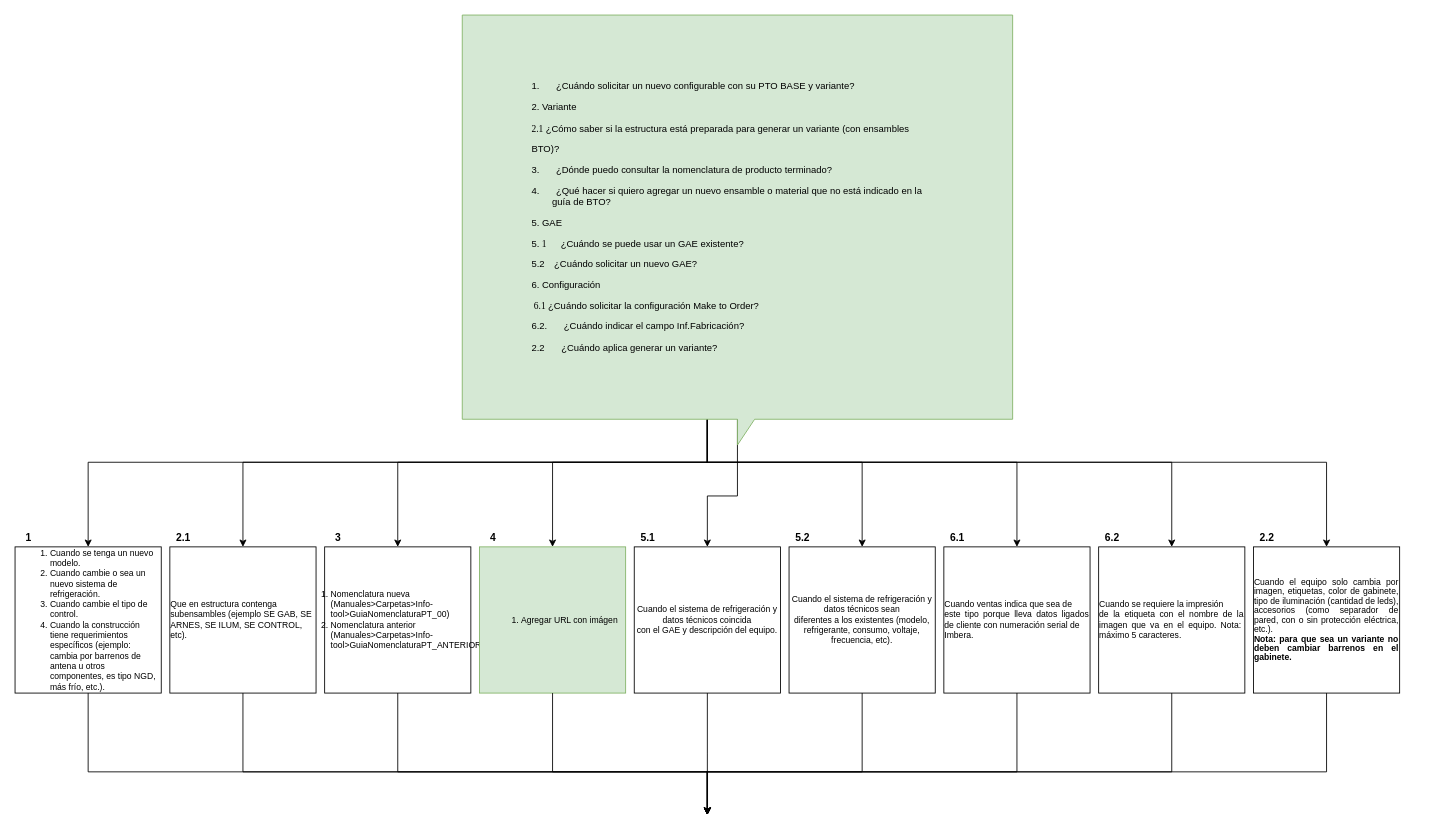
This is page "BOMS" (6 of 11) of Diagramas de conversación.drawio from ALRC1525/FlujoBot, a draw.io file, before an edit. Source tidied: cells renumbered, new cells numbered last; positions are measured from the earlier drawing's top-left corner, leaving out a move shared by most shapes. Both pictures are drawn from the tidied source at 86%, with x=0, y=0 at pixel (15, 15).
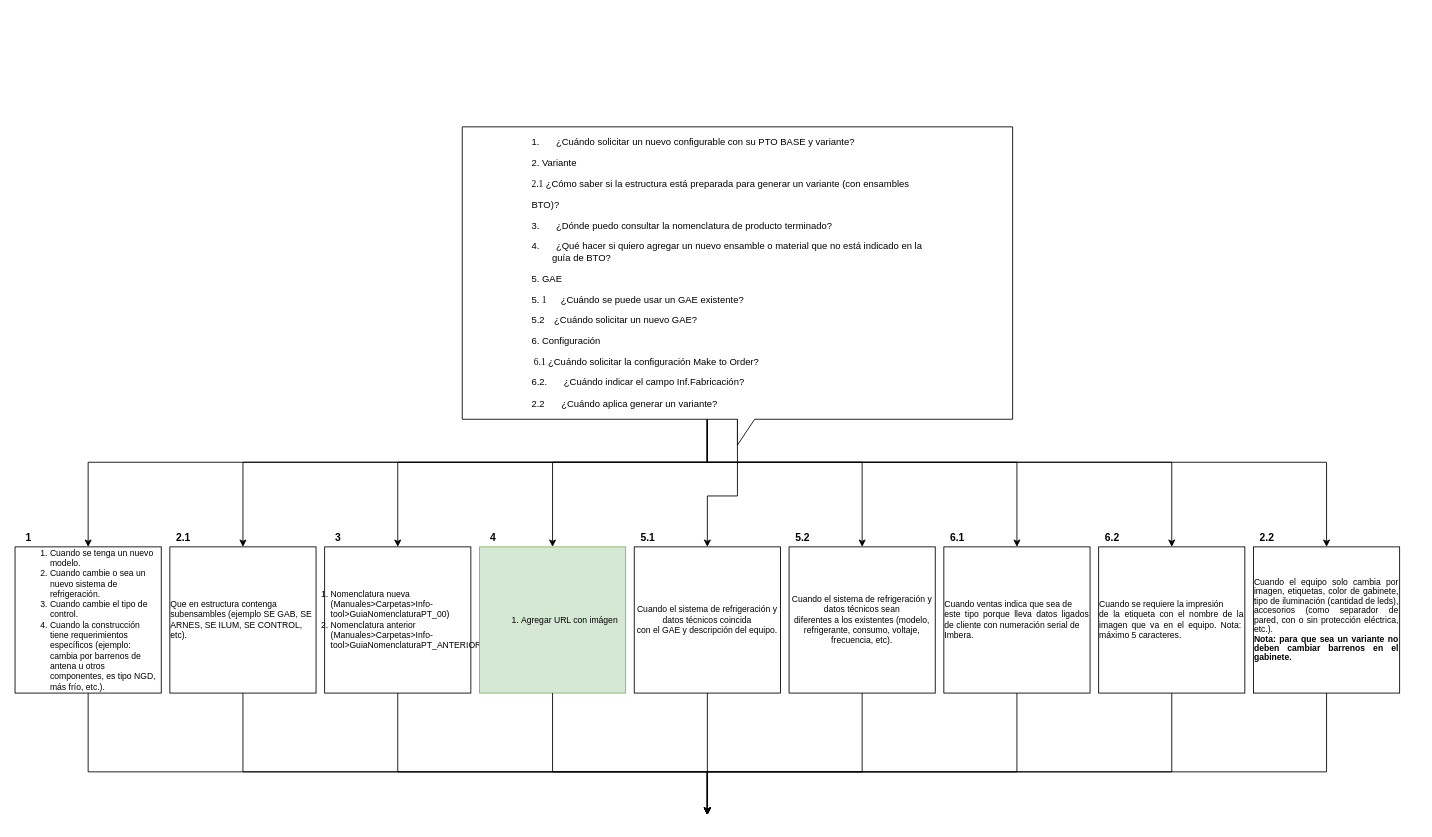
The same page after the edit.

Change to the diagram source:
```diff
@@
-    <mxCell id="11" value="&lt;p class=&quot;MsoListParagraphCxSpFirst&quot; style=&quot;text-align: justify ; text-indent: -18pt ; font-size: 11px&quot;&gt;1.&lt;span style=&quot;font-stretch: normal ; line-height: normal ; font-family: &amp;#34;times new roman&amp;#34;&quot;&gt;&amp;nbsp;&amp;nbsp;&amp;nbsp;&amp;nbsp;&amp;nbsp;&amp;nbsp;&amp;nbsp;&lt;/span&gt;¿Cuándo solicitar un nuevo configurable con su PTO BASE y variante?&lt;/p&gt;&lt;p class=&quot;MsoListParagraphCxSpMiddle&quot; style=&quot;text-align: justify ; text-indent: -18pt ; font-size: 11px&quot;&gt;2. Variante&lt;span style=&quot;font-stretch: normal ; line-height: normal ; font-family: &amp;#34;times new roman&amp;#34;&quot;&gt;&amp;nbsp;&amp;nbsp;&lt;/span&gt;&lt;/p&gt;&lt;p class=&quot;MsoListParagraphCxSpMiddle&quot; style=&quot;text-align: justify ; text-indent: -18pt ; font-size: 11px&quot;&gt;&lt;span style=&quot;text-indent: -18pt&quot;&gt;&lt;font face=&quot;times new roman&quot;&gt;2.1&amp;nbsp;&lt;/font&gt;¿Cómo saber si la estructura está preparada para generar un variante (con ensambles&lt;/span&gt;&lt;/p&gt;&lt;p class=&quot;MsoListParagraphCxSpMiddle&quot; style=&quot;text-align: justify ; text-indent: -18pt ; font-size: 11px&quot;&gt;BTO)?&lt;/p&gt;&lt;p class=&quot;MsoListParagraphCxSpMiddle&quot; style=&quot;text-align: justify ; text-indent: -18pt ; font-size: 11px&quot;&gt;3.&lt;span style=&quot;font-stretch: normal ; line-height: normal ; font-family: &amp;#34;times new roman&amp;#34;&quot;&gt;&amp;nbsp;&amp;nbsp;&amp;nbsp;&amp;nbsp;&amp;nbsp;&amp;nbsp;&amp;nbsp;&lt;/span&gt;¿Dónde puedo consultar la nomenclatura de producto terminado?&lt;/p&gt;&lt;p class=&quot;MsoListParagraphCxSpMiddle&quot; style=&quot;text-align: justify ; text-indent: -18pt ; font-size: 11px&quot;&gt;4.&lt;span style=&quot;font-stretch: normal ; line-height: normal ; font-family: &amp;#34;times new roman&amp;#34;&quot;&gt;&amp;nbsp;&amp;nbsp;&amp;nbsp;&amp;nbsp;&amp;nbsp;&amp;nbsp;&amp;nbsp;&lt;/span&gt;¿Qué hacer si quiero agregar un nuevo ensamble o material que no está indicado en la&lt;br&gt;guía de BTO?&lt;/p&gt;&lt;p class=&quot;MsoListParagraphCxSpMiddle&quot; style=&quot;text-align: justify ; text-indent: -18pt ; font-size: 11px&quot;&gt;5. GAE&lt;/p&gt;&lt;p class=&quot;MsoListParagraphCxSpMiddle&quot; style=&quot;text-align: justify ; text-indent: -18pt ; font-size: 11px&quot;&gt;5.&lt;span style=&quot;font-stretch: normal ; line-height: normal ; font-family: &amp;#34;times new roman&amp;#34;&quot;&gt;&amp;nbsp;1&amp;nbsp; &amp;nbsp; &amp;nbsp;&amp;nbsp;&lt;/span&gt;¿Cuándo se puede usar un GAE existente?&lt;/p&gt;&lt;p class=&quot;MsoListParagraphCxSpMiddle&quot; style=&quot;text-align: justify ; text-indent: -18pt ; font-size: 11px&quot;&gt;&lt;span style=&quot;font-stretch: normal ; line-height: normal&quot;&gt;5.2&lt;/span&gt;&lt;span style=&quot;font-stretch: normal ; line-height: normal ; font-family: &amp;#34;times new roman&amp;#34;&quot;&gt;&amp;nbsp; &amp;nbsp;&amp;nbsp;&lt;/span&gt;¿Cuándo solicitar un nuevo GAE?&lt;/p&gt;&lt;p class=&quot;MsoListParagraphCxSpMiddle&quot; style=&quot;text-align: justify ; text-indent: -18pt ; font-size: 11px&quot;&gt;6. Configuración&lt;span style=&quot;font-stretch: normal ; line-height: normal ; font-family: &amp;#34;times new roman&amp;#34;&quot;&gt;&amp;nbsp;&amp;nbsp;&amp;nbsp;&amp;nbsp;&amp;nbsp;&amp;nbsp;&lt;/span&gt;&lt;/p&gt;&lt;p class=&quot;MsoListParagraphCxSpMiddle&quot; style=&quot;text-align: justify ; text-indent: -18pt ; font-size: 11px&quot;&gt;&lt;span style=&quot;font-stretch: normal ; line-height: normal ; font-family: &amp;#34;times new roman&amp;#34;&quot;&gt;&amp;nbsp;6.1&amp;nbsp;&lt;/span&gt;¿Cuándo solicitar la configuración Make to Order?&lt;/p&gt;&lt;p class=&quot;MsoListParagraphCxSpMiddle&quot; style=&quot;text-align: justify ; text-indent: -18pt ; font-size: 11px&quot;&gt;6.2.&lt;span style=&quot;font-stretch: normal ; line-height: normal ; font-family: &amp;#34;times new roman&amp;#34;&quot;&gt;&amp;nbsp;&amp;nbsp;&amp;nbsp;&amp;nbsp;&amp;nbsp;&amp;nbsp;&amp;nbsp;&lt;/span&gt;¿Cuándo indicar el campo Inf.Fabricación?&lt;/p&gt;&lt;p class=&quot;MsoListParagraphCxSpLast&quot; style=&quot;text-align: justify ; text-indent: -18pt ; font-size: 11px&quot;&gt;&lt;span style=&quot;font-stretch: normal ; line-height: normal&quot;&gt;2.2&lt;/span&gt;&lt;span style=&quot;font-stretch: normal ; line-height: normal ; font-family: &amp;#34;times new roman&amp;#34;&quot;&gt;&amp;nbsp; &amp;nbsp; &amp;nbsp; &amp;nbsp;&lt;/span&gt;¿Cuándo aplica generar un variante?&lt;/p&gt;" style="shape=callout;whiteSpace=wrap;html=1;perimeter=calloutPerimeter;fillColor=#d5e8d4;strokeColor=#82b366;" parent="1" vertex="1">
-      <mxGeometry x="520" width="640" height="500" as="geometry" />
+    <mxCell id="11" value="&lt;p class=&quot;MsoListParagraphCxSpFirst&quot; style=&quot;text-align: justify ; text-indent: -18pt ; font-size: 11px&quot;&gt;1.&lt;span style=&quot;font-stretch: normal ; line-height: normal ; font-family: &amp;#34;times new roman&amp;#34;&quot;&gt;&amp;nbsp;&amp;nbsp;&amp;nbsp;&amp;nbsp;&amp;nbsp;&amp;nbsp;&amp;nbsp;&lt;/span&gt;¿Cuándo solicitar un nuevo configurable con su PTO BASE y variante?&lt;/p&gt;&lt;p class=&quot;MsoListParagraphCxSpMiddle&quot; style=&quot;text-align: justify ; text-indent: -18pt ; font-size: 11px&quot;&gt;2. Variante&lt;span style=&quot;font-stretch: normal ; line-height: normal ; font-family: &amp;#34;times new roman&amp;#34;&quot;&gt;&amp;nbsp;&amp;nbsp;&lt;/span&gt;&lt;/p&gt;&lt;p class=&quot;MsoListParagraphCxSpMiddle&quot; style=&quot;text-align: justify ; text-indent: -18pt ; font-size: 11px&quot;&gt;&lt;span style=&quot;text-indent: -18pt&quot;&gt;&lt;font face=&quot;times new roman&quot;&gt;2.1&amp;nbsp;&lt;/font&gt;¿Cómo saber si la estructura está preparada para generar un variante (con ensambles&lt;/span&gt;&lt;/p&gt;&lt;p class=&quot;MsoListParagraphCxSpMiddle&quot; style=&quot;text-align: justify ; text-indent: -18pt ; font-size: 11px&quot;&gt;BTO)?&lt;/p&gt;&lt;p class=&quot;MsoListParagraphCxSpMiddle&quot; style=&quot;text-align: justify ; text-indent: -18pt ; font-size: 11px&quot;&gt;3.&lt;span style=&quot;font-stretch: normal ; line-height: normal ; font-family: &amp;#34;times new roman&amp;#34;&quot;&gt;&amp;nbsp;&amp;nbsp;&amp;nbsp;&amp;nbsp;&amp;nbsp;&amp;nbsp;&amp;nbsp;&lt;/span&gt;¿Dónde puedo consultar la nomenclatura de producto terminado?&lt;/p&gt;&lt;p class=&quot;MsoListParagraphCxSpMiddle&quot; style=&quot;text-align: justify ; text-indent: -18pt ; font-size: 11px&quot;&gt;4.&lt;span style=&quot;font-stretch: normal ; line-height: normal ; font-family: &amp;#34;times new roman&amp;#34;&quot;&gt;&amp;nbsp;&amp;nbsp;&amp;nbsp;&amp;nbsp;&amp;nbsp;&amp;nbsp;&amp;nbsp;&lt;/span&gt;¿Qué hacer si quiero agregar un nuevo ensamble o material que no está indicado en la&lt;br&gt;guía de BTO?&lt;/p&gt;&lt;p class=&quot;MsoListParagraphCxSpMiddle&quot; style=&quot;text-align: justify ; text-indent: -18pt ; font-size: 11px&quot;&gt;5. GAE&lt;/p&gt;&lt;p class=&quot;MsoListParagraphCxSpMiddle&quot; style=&quot;text-align: justify ; text-indent: -18pt ; font-size: 11px&quot;&gt;5.&lt;span style=&quot;font-stretch: normal ; line-height: normal ; font-family: &amp;#34;times new roman&amp;#34;&quot;&gt;&amp;nbsp;1&amp;nbsp; &amp;nbsp; &amp;nbsp;&amp;nbsp;&lt;/span&gt;¿Cuándo se puede usar un GAE existente?&lt;/p&gt;&lt;p class=&quot;MsoListParagraphCxSpMiddle&quot; style=&quot;text-align: justify ; text-indent: -18pt ; font-size: 11px&quot;&gt;&lt;span style=&quot;font-stretch: normal ; line-height: normal&quot;&gt;5.2&lt;/span&gt;&lt;span style=&quot;font-stretch: normal ; line-height: normal ; font-family: &amp;#34;times new roman&amp;#34;&quot;&gt;&amp;nbsp; &amp;nbsp;&amp;nbsp;&lt;/span&gt;¿Cuándo solicitar un nuevo GAE?&lt;/p&gt;&lt;p class=&quot;MsoListParagraphCxSpMiddle&quot; style=&quot;text-align: justify ; text-indent: -18pt ; font-size: 11px&quot;&gt;6. Configuración&lt;span style=&quot;font-stretch: normal ; line-height: normal ; font-family: &amp;#34;times new roman&amp;#34;&quot;&gt;&amp;nbsp;&amp;nbsp;&amp;nbsp;&amp;nbsp;&amp;nbsp;&amp;nbsp;&lt;/span&gt;&lt;/p&gt;&lt;p class=&quot;MsoListParagraphCxSpMiddle&quot; style=&quot;text-align: justify ; text-indent: -18pt ; font-size: 11px&quot;&gt;&lt;span style=&quot;font-stretch: normal ; line-height: normal ; font-family: &amp;#34;times new roman&amp;#34;&quot;&gt;&amp;nbsp;6.1&amp;nbsp;&lt;/span&gt;¿Cuándo solicitar la configuración Make to Order?&lt;/p&gt;&lt;p class=&quot;MsoListParagraphCxSpMiddle&quot; style=&quot;text-align: justify ; text-indent: -18pt ; font-size: 11px&quot;&gt;6.2.&lt;span style=&quot;font-stretch: normal ; line-height: normal ; font-family: &amp;#34;times new roman&amp;#34;&quot;&gt;&amp;nbsp;&amp;nbsp;&amp;nbsp;&amp;nbsp;&amp;nbsp;&amp;nbsp;&amp;nbsp;&lt;/span&gt;¿Cuándo indicar el campo Inf.Fabricación?&lt;/p&gt;&lt;p class=&quot;MsoListParagraphCxSpLast&quot; style=&quot;text-align: justify ; text-indent: -18pt ; font-size: 11px&quot;&gt;&lt;span style=&quot;font-stretch: normal ; line-height: normal&quot;&gt;2.2&lt;/span&gt;&lt;span style=&quot;font-stretch: normal ; line-height: normal ; font-family: &amp;#34;times new roman&amp;#34;&quot;&gt;&amp;nbsp; &amp;nbsp; &amp;nbsp; &amp;nbsp;&lt;/span&gt;¿Cuándo aplica generar un variante?&lt;/p&gt;" style="shape=callout;whiteSpace=wrap;html=1;perimeter=calloutPerimeter;" parent="1" vertex="1">
+      <mxGeometry x="520" y="130" width="640" height="370" as="geometry" />
     </mxCell>
```
